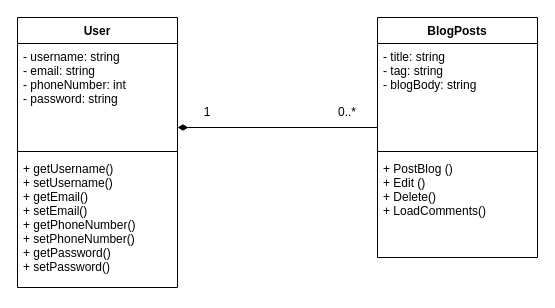
BlackboardYang/BlogYangBofan keeps this draw.io diagram as UML/ClassILL.drawio. Above is the earlier version. Source tidied: cells renumbered, new cells numbered last; positions are measured from the earlier drawing's top-left corner, leaving out a move shared by most shapes. Both pictures are drawn from the tidied source at 100%, with x=0, y=0 at pixel (17, 17).
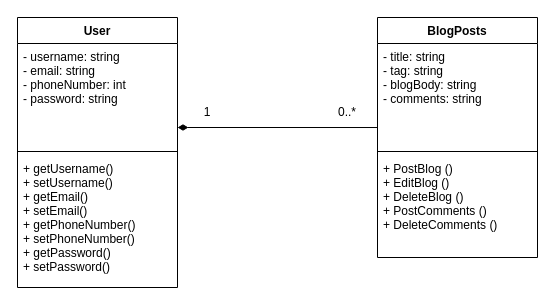
The same diagram, later.

Commit message (it also covers changes not shown here):
Class ILL Updated

Diff of the diagram source:
```diff
@@
 <mxGraphModel>
   <root>
     <mxCell id="0" />
     <mxCell id="1" parent="0" />
     <mxCell id="2" value="BlogPosts" style="swimlane;fontStyle=1;align=center;verticalAlign=top;horizontal=1;startSize=26;" parent="1" vertex="1">
       <mxGeometry x="360" width="160" height="240" as="geometry" />
     </mxCell>
-    <mxCell id="3" value="- title: string&#10;- tag: string&#10;- blogBody: string" style="text;strokeColor=none;fillColor=none;align=left;verticalAlign=top;spacingLeft=4;spacingRight=4;overflow=hidden;points=[[0,0.5],[1,0.5]];portConstraint=eastwest;" parent="2" vertex="1">
+    <mxCell id="3" value="- title: string&#10;- tag: string&#10;- blogBody: string&#10;- comments: string" style="text;strokeColor=none;fillColor=none;align=left;verticalAlign=top;spacingLeft=4;spacingRight=4;overflow=hidden;points=[[0,0.5],[1,0.5]];portConstraint=eastwest;" parent="2" vertex="1">
       <mxGeometry y="26" width="160" height="104" as="geometry" />
     </mxCell>
     <mxCell id="4" style="line;strokeWidth=1;fillColor=none;align=left;verticalAlign=middle;spacingTop=-1;spacingLeft=3;spacingRight=3;labelPosition=right;" parent="2" vertex="1">
       <mxGeometry y="130" width="160" height="8" as="geometry" />
     </mxCell>
-    <mxCell id="5" value="+ PostBlog ()&#10;+ Edit ()&#10;+ Delete()&#10;+ LoadComments()" style="text;strokeColor=none;fillColor=none;align=left;verticalAlign=top;spacingLeft=4;spacingRight=4;overflow=hidden;" parent="2" vertex="1">
+    <mxCell id="5" value="+ PostBlog ()&#10;+ EditBlog ()&#10;+ DeleteBlog ()&#10;+ PostComments ()&#10;+ DeleteComments ()&#10;" style="text;strokeColor=none;fillColor=none;align=left;verticalAlign=top;spacingLeft=4;spacingRight=4;overflow=hidden;" parent="2" vertex="1">
       <mxGeometry y="138" width="160" height="102" as="geometry" />
     </mxCell>
     <mxCell id="6" style="endArrow=none;startArrow=diamondThin;endFill=0;startFill=1;html=1;verticalAlign=bottom;labelBackgroundColor=none;strokeWidth=1;startSize=8;endSize=8;rounded=0;entryX=-0.003;entryY=0.808;entryDx=0;entryDy=0;entryPerimeter=0;" parent="1" edge="1" target="3">
       <mxGeometry relative="1" as="geometry">
         <mxPoint x="160" y="110" as="sourcePoint" />
       </mxGeometry>
     </mxCell>
     <mxCell id="7" value="1" style="text;html=1;strokeColor=none;fillColor=none;align=center;verticalAlign=middle;whiteSpace=wrap;rounded=0;" parent="1" vertex="1">
       <mxGeometry x="160" y="80" width="60" height="30" as="geometry" />
     </mxCell>
     <mxCell id="8" value="0..*" style="text;html=1;strokeColor=none;fillColor=none;align=center;verticalAlign=middle;whiteSpace=wrap;rounded=0;" parent="1" vertex="1">
       <mxGeometry x="300" y="80" width="60" height="30" as="geometry" />
     </mxCell>
     <mxCell id="9" value="User" style="swimlane;fontStyle=1;align=center;verticalAlign=top;horizontal=1;startSize=26;" parent="1" vertex="1">
       <mxGeometry width="160" height="270" as="geometry" />
     </mxCell>
     <mxCell id="10" value="- username: string&#10;- email: string&#10;- phoneNumber: int&#10;- password: string" style="text;strokeColor=none;fillColor=none;align=left;verticalAlign=top;spacingLeft=4;spacingRight=4;overflow=hidden;" parent="9" vertex="1">
       <mxGeometry y="26" width="160" height="104" as="geometry" />
     </mxCell>
     <mxCell id="11" style="line;strokeWidth=1;fillColor=none;align=left;verticalAlign=middle;spacingTop=-1;spacingLeft=3;spacingRight=3;labelPosition=right;" parent="9" vertex="1">
       <mxGeometry y="130" width="160" height="8" as="geometry" />
     </mxCell>
     <mxCell id="12" value="+ getUsername()&#10;+ setUsername()&#10;+ getEmail()&#10;+ setEmail()&#10;+ getPhoneNumber()&#10;+ setPhoneNumber()&#10;+ getPassword()&#10;+ setPassword()" style="text;strokeColor=none;fillColor=none;align=left;verticalAlign=top;spacingLeft=4;spacingRight=4;overflow=hidden;" parent="9" vertex="1">
       <mxGeometry y="138" width="160" height="132" as="geometry" />
     </mxCell>
   </root>
 </mxGraphModel>
```
